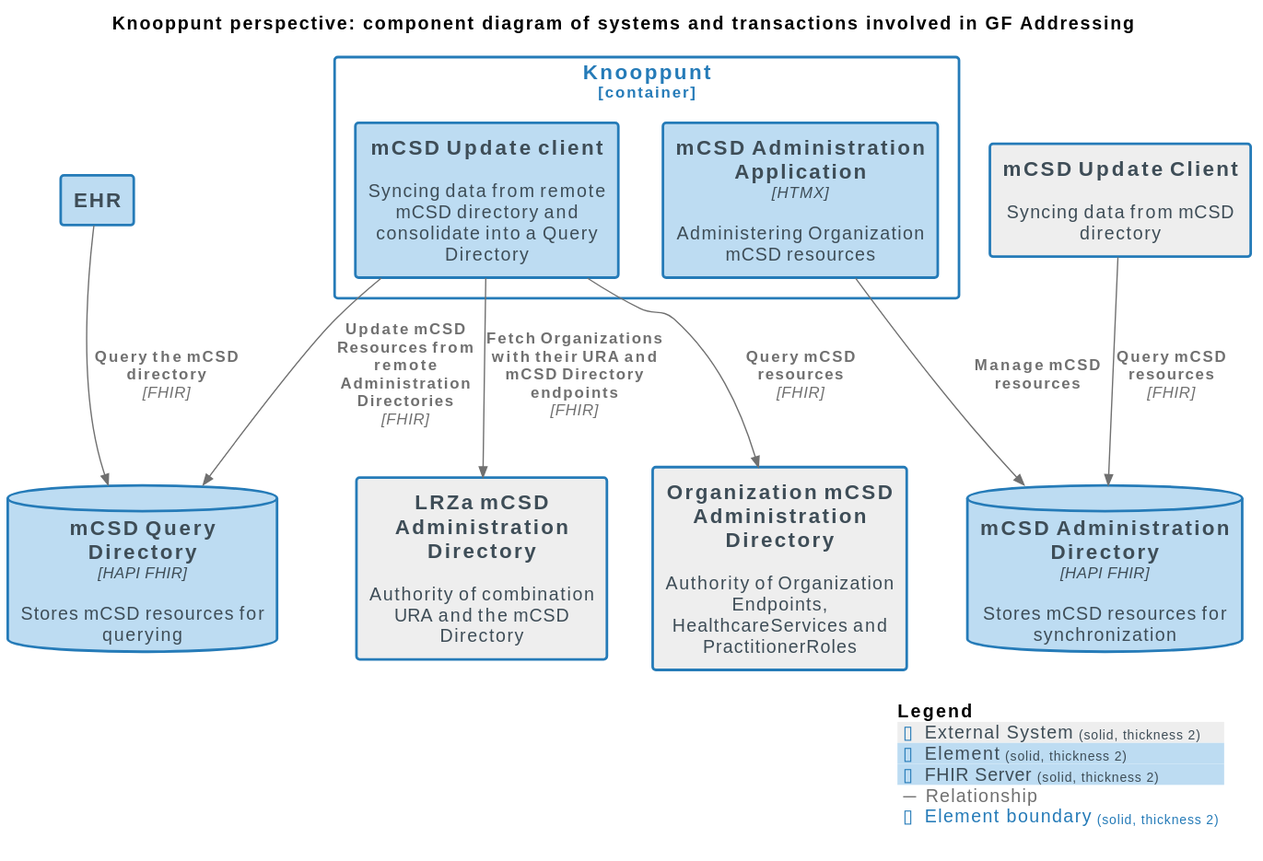
nuts-foundation/nuts-knooppunt keeps this PlantUML diagram as docs/images/structurizr-GF_Addressing_ComponentDiagram.svg. Above is the earlier version. Its diagram source:
```plantuml
@startuml
set separator none
title Knooppunt perspective: component diagram of systems and transactions involved in GF Addressing

top to bottom direction

!include <C4/C4>
!include <C4/C4_Context>
!include <C4/C4_Container>
!include <C4/C4_Component>

AddElementTag("External System", $bgColor="#eeeeee", $borderColor="#257bb8", $fontColor="#3e4d57", $sprite="", $shadowing="", $borderStyle="solid", $borderThickness="2")
AddElementTag("Element", $bgColor="#bddcf2", $borderColor="#257bb8", $fontColor="#3e4d57", $sprite="", $shadowing="", $borderStyle="solid", $borderThickness="2")
AddElementTag("FHIR Server", $bgColor="#bddcf2", $borderColor="#257bb8", $fontColor="#3e4d57", $sprite="", $shadowing="", $borderStyle="solid", $borderThickness="2")

AddRelTag("Relationship", $textColor="#707070", $lineColor="#707070", $lineStyle = "")

AddBoundaryTag("Element", $bgColor="#ffffff", $borderColor="#257bb8", $fontColor="#257bb8", $shadowing="", $borderStyle="solid", $borderThickness="2")

System(LRZamCSDAdministrationDirectory, "LRZa mCSD Administration Directory", $descr="Authority of combination URA and the mCSD Directory", $tags="External System", $link="")
Container(RemoteXISimplementingGenericFunctions.mCSDUpdateClient, "mCSD Update Client", $techn="", $descr="Syncing data from mCSD directory", $tags="External System", $link="")
Container(RemoteXISimplementingGenericFunctions.OrganizationmCSDAdministrationDirectory, "Organization mCSD Administration Directory", $techn="", $descr="Authority of Organization Endpoints, HealthcareServices and PractitionerRoles", $tags="External System", $link="")
Container(XIS.EHR, "EHR", $techn="", $descr="", $tags="Element", $link="")
ContainerDb(XIS.mCSDQueryDirectory, "mCSD Query Directory", $techn="HAPI FHIR", $descr="Stores mCSD resources for querying", $tags="FHIR Server", $link="")
ContainerDb(XIS.mCSDAdministrationDirectory, "mCSD Administration Directory", $techn="HAPI FHIR", $descr="Stores mCSD resources for synchronization", $tags="FHIR Server", $link="")

Container_Boundary("XIS.Knooppunt_boundary", "Knooppunt", $tags="Element") {
  Component(XIS.Knooppunt.mCSDUpdateclient, "mCSD Update client", $techn="", $descr="Syncing data from remote mCSD directory and consolidate into a Query Directory", $tags="Element", $link="")
  Component(XIS.Knooppunt.mCSDAdministrationApplication, "mCSD Administration Application", $techn="HTMX", $descr="Administering Organization mCSD resources", $tags="Element", $link="")
}

Rel(XIS.Knooppunt.mCSDUpdateclient, XIS.mCSDQueryDirectory, "Update mCSD Resources from remote Administration Directories", $techn="FHIR", $tags="Relationship", $link="")
Rel(XIS.Knooppunt.mCSDAdministrationApplication, XIS.mCSDAdministrationDirectory, "Manage mCSD resources", $techn="", $tags="Relationship", $link="")
Rel(XIS.EHR, XIS.mCSDQueryDirectory, "Query the mCSD directory", $techn="FHIR", $tags="Relationship", $link="")
Rel(RemoteXISimplementingGenericFunctions.mCSDUpdateClient, XIS.mCSDAdministrationDirectory, "Query mCSD resources", $techn="FHIR", $tags="Relationship", $link="")
Rel(XIS.Knooppunt.mCSDUpdateclient, LRZamCSDAdministrationDirectory, "Fetch Organizations with their URA and mCSD Directory endpoints", $techn="FHIR", $tags="Relationship", $link="")
Rel(XIS.Knooppunt.mCSDUpdateclient, RemoteXISimplementingGenericFunctions.OrganizationmCSDAdministrationDirectory, "Query mCSD resources", $techn="FHIR", $tags="Relationship", $link="")

SHOW_LEGEND(true)
@enduml
```
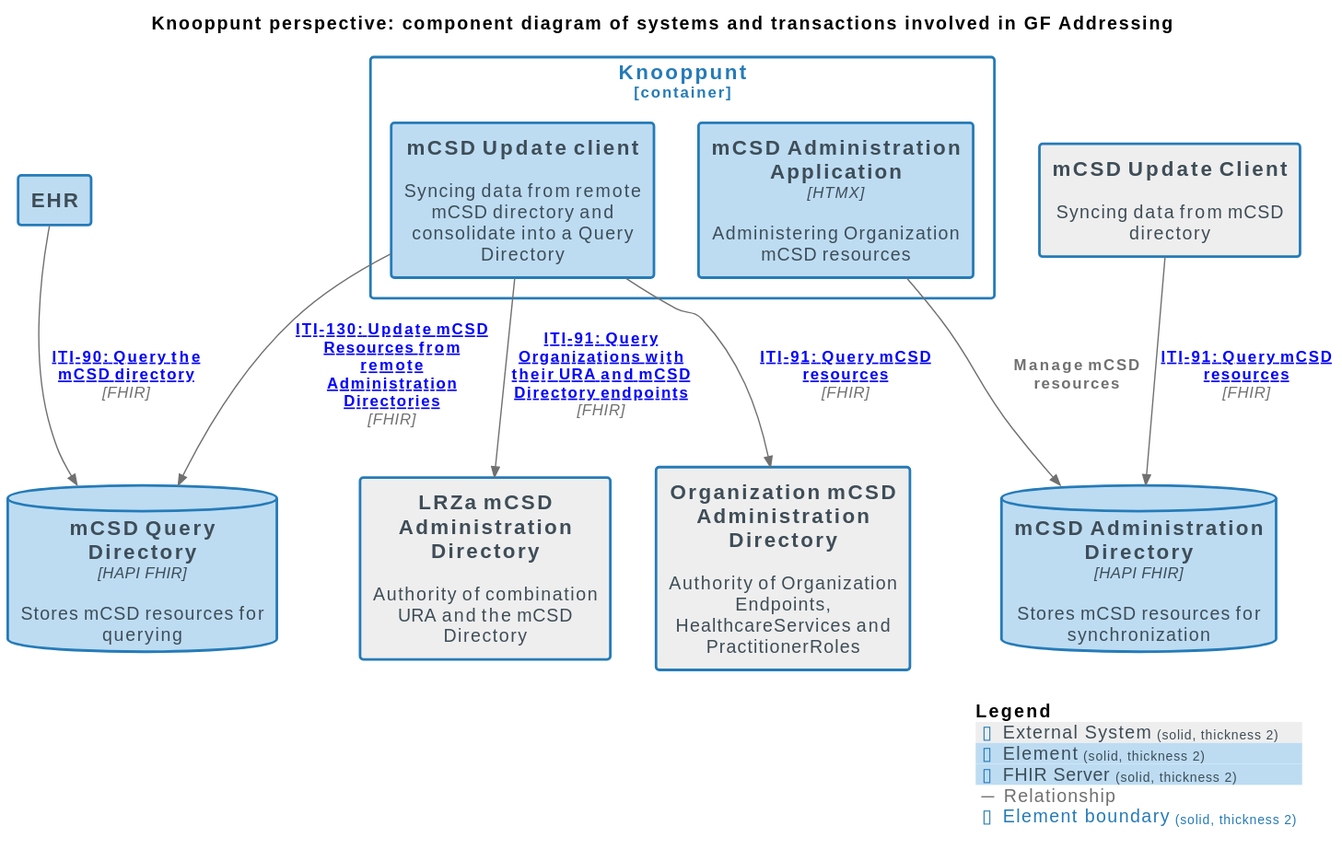
The same file after the commit.

The edit, as a diff of the source:
```diff
@@ -29,12 +29,12 @@
   Component(XIS.Knooppunt.mCSDAdministrationApplication, "mCSD Administration Application", $techn="HTMX", $descr="Administering Organization mCSD resources", $tags="Element", $link="")
 }
 
-Rel(XIS.Knooppunt.mCSDUpdateclient, XIS.mCSDQueryDirectory, "Update mCSD Resources from remote Administration Directories", $techn="FHIR", $tags="Relationship", $link="")
+Rel(XIS.Knooppunt.mCSDUpdateclient, XIS.mCSDQueryDirectory, "ITI-130: Update mCSD Resources from remote Administration Directories", $techn="FHIR", $tags="Relationship", $link="https://profiles.ihe.net/ITI/mCSD/ITI-130.html")
 Rel(XIS.Knooppunt.mCSDAdministrationApplication, XIS.mCSDAdministrationDirectory, "Manage mCSD resources", $techn="", $tags="Relationship", $link="")
-Rel(XIS.EHR, XIS.mCSDQueryDirectory, "Query the mCSD directory", $techn="FHIR", $tags="Relationship", $link="")
-Rel(RemoteXISimplementingGenericFunctions.mCSDUpdateClient, XIS.mCSDAdministrationDirectory, "Query mCSD resources", $techn="FHIR", $tags="Relationship", $link="")
-Rel(XIS.Knooppunt.mCSDUpdateclient, LRZamCSDAdministrationDirectory, "Fetch Organizations with their URA and mCSD Directory endpoints", $techn="FHIR", $tags="Relationship", $link="")
-Rel(XIS.Knooppunt.mCSDUpdateclient, RemoteXISimplementingGenericFunctions.OrganizationmCSDAdministrationDirectory, "Query mCSD resources", $techn="FHIR", $tags="Relationship", $link="")
+Rel(XIS.EHR, XIS.mCSDQueryDirectory, "ITI-90: Query the mCSD directory", $techn="FHIR", $tags="Relationship", $link="https://profiles.ihe.net/ITI/mCSD/ITI-90.html")
+Rel(RemoteXISimplementingGenericFunctions.mCSDUpdateClient, XIS.mCSDAdministrationDirectory, "ITI-91: Query mCSD resources", $techn="FHIR", $tags="Relationship", $link="https://profiles.ihe.net/ITI/mCSD/ITI-91.html")
+Rel(XIS.Knooppunt.mCSDUpdateclient, LRZamCSDAdministrationDirectory, "ITI-91: Query Organizations with their URA and mCSD Directory endpoints", $techn="FHIR", $tags="Relationship", $link="https://profiles.ihe.net/ITI/mCSD/ITI-91.html")
+Rel(XIS.Knooppunt.mCSDUpdateclient, RemoteXISimplementingGenericFunctions.OrganizationmCSDAdministrationDirectory, "ITI-91: Query mCSD resources", $techn="FHIR", $tags="Relationship", $link="https://profiles.ihe.net/ITI/mCSD/ITI-91.html")
 
 SHOW_LEGEND(true)
 @enduml
```
